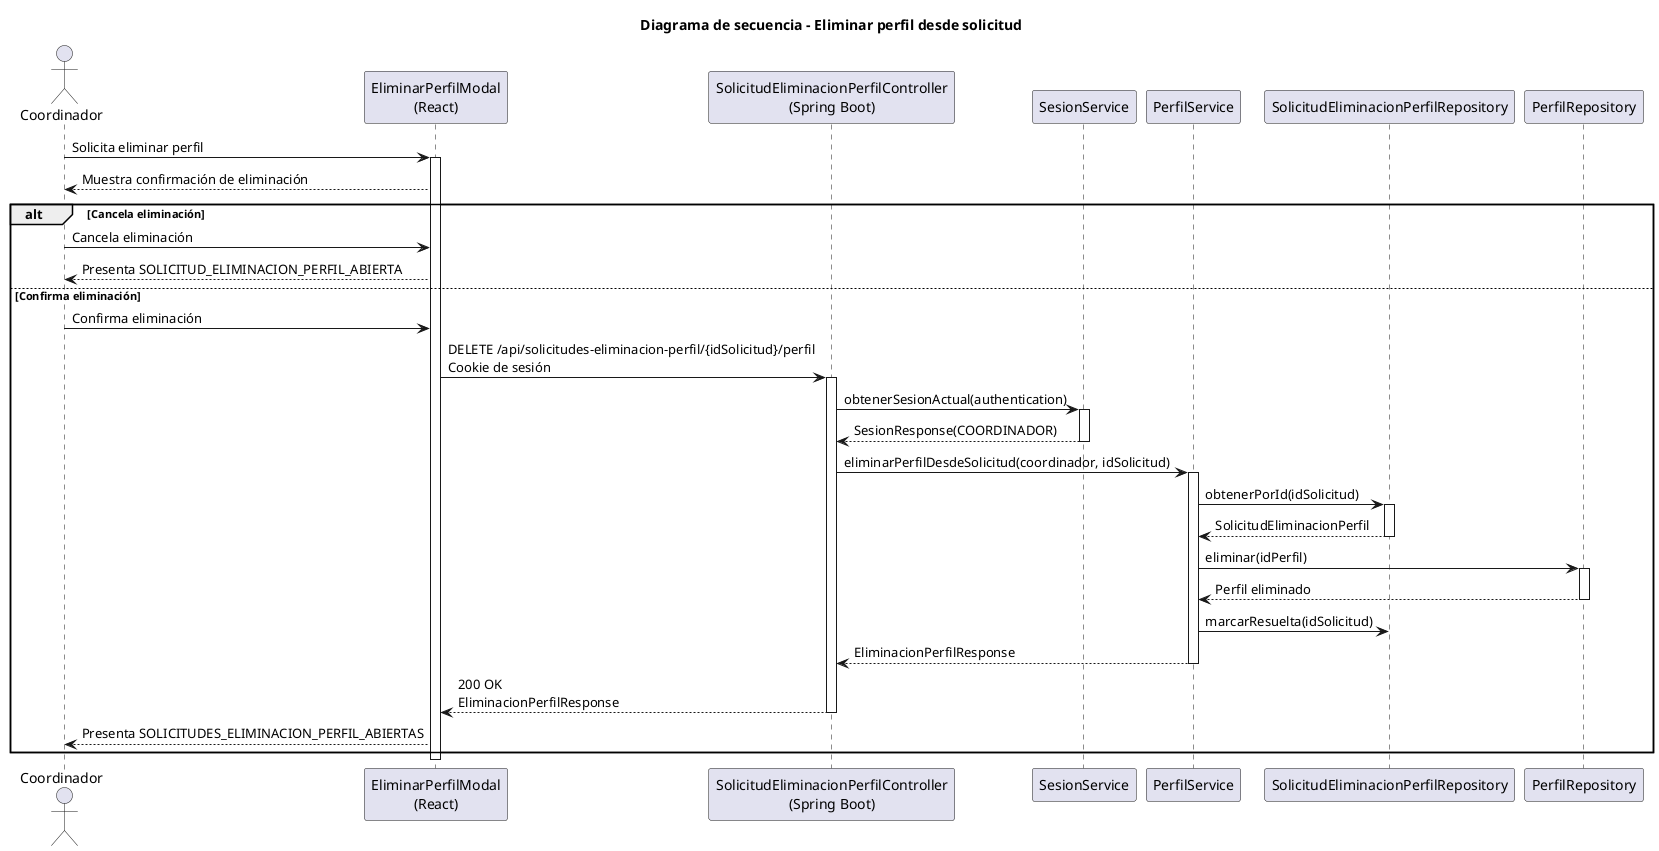
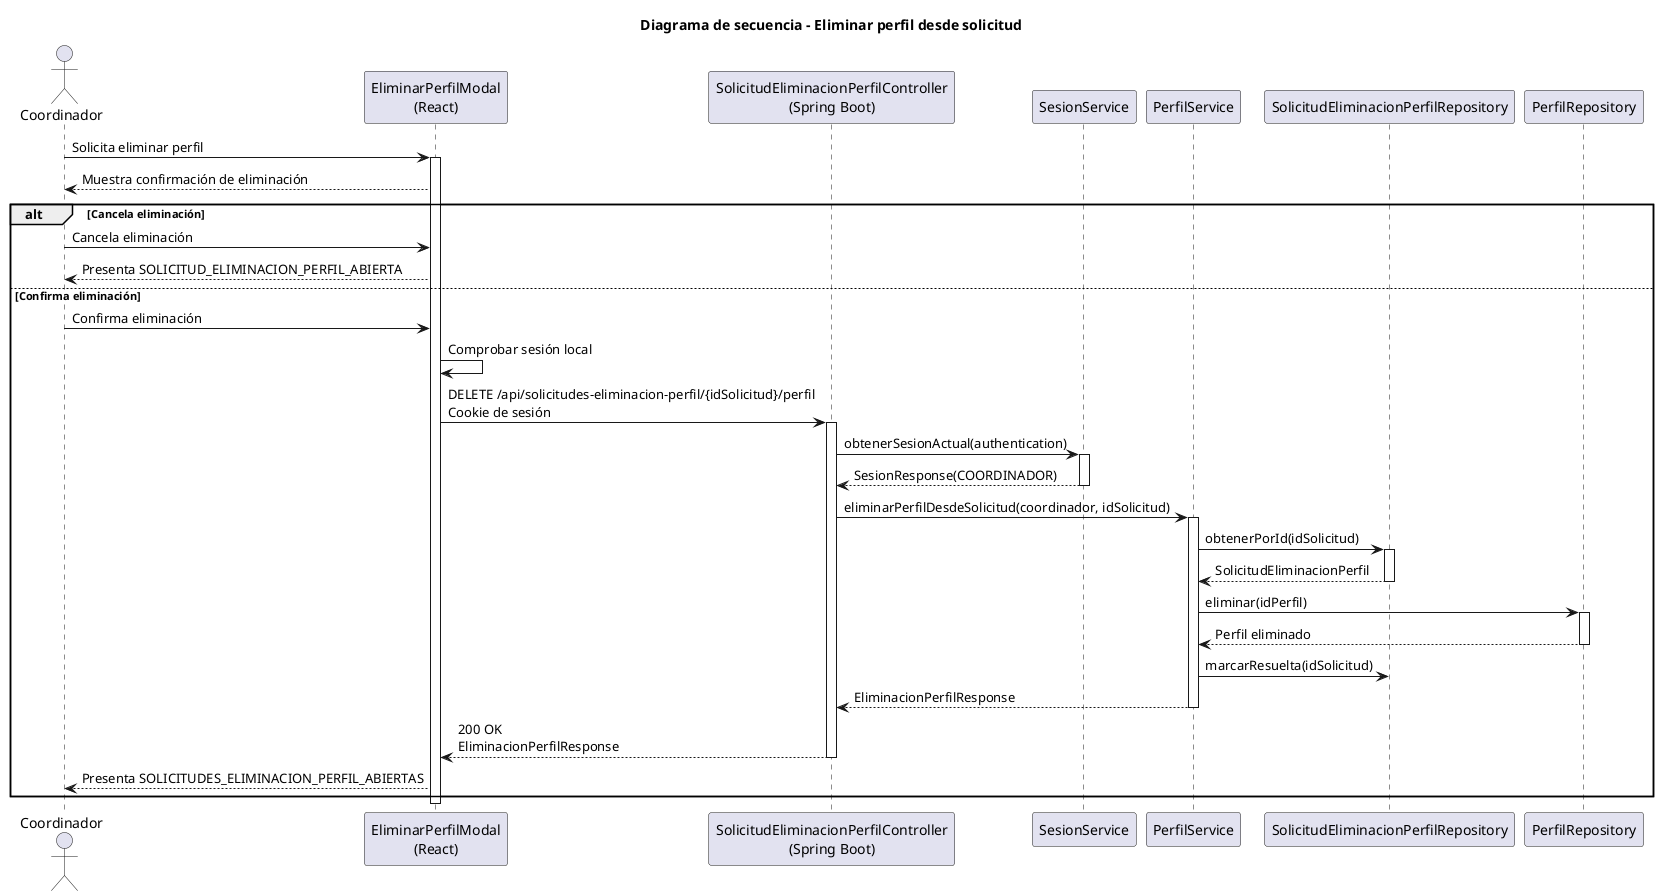
@startuml eliminarPerfil-coordinador-diseño
title Diagrama de secuencia - Eliminar perfil desde solicitud

actor Coordinador
participant "EliminarPerfilModal\n(React)" as Frontend
participant "SolicitudEliminacionPerfilController\n(Spring Boot)" as Api
participant "SesionService" as Sesion
participant "PerfilService" as PerfilService
participant "SolicitudEliminacionPerfilRepository" as SolicitudRepository
participant "PerfilRepository" as PerfilRepository

Coordinador -> Frontend: Solicita eliminar perfil
activate Frontend
Frontend --> Coordinador: Muestra confirmación de eliminación
alt Cancela eliminación
    Coordinador -> Frontend: Cancela eliminación
    Frontend --> Coordinador: Presenta SOLICITUD_ELIMINACION_PERFIL_ABIERTA
else Confirma eliminación
    Coordinador -> Frontend: Confirma eliminación
+     Frontend -> Frontend: Comprobar sesión local
    Frontend -> Api: DELETE /api/solicitudes-eliminacion-perfil/{idSolicitud}/perfil\nCookie de sesión
    activate Api
    Api -> Sesion: obtenerSesionActual(authentication)
    activate Sesion
    Sesion --> Api: SesionResponse(COORDINADOR)
    deactivate Sesion
    Api -> PerfilService: eliminarPerfilDesdeSolicitud(coordinador, idSolicitud)
    activate PerfilService
    PerfilService -> SolicitudRepository: obtenerPorId(idSolicitud)
    activate SolicitudRepository
    SolicitudRepository --> PerfilService: SolicitudEliminacionPerfil
    deactivate SolicitudRepository
    PerfilService -> PerfilRepository: eliminar(idPerfil)
    activate PerfilRepository
    PerfilRepository --> PerfilService: Perfil eliminado
    deactivate PerfilRepository
    PerfilService -> SolicitudRepository: marcarResuelta(idSolicitud)
    PerfilService --> Api: EliminacionPerfilResponse
    deactivate PerfilService
    Api --> Frontend: 200 OK\nEliminacionPerfilResponse
    deactivate Api
    Frontend --> Coordinador: Presenta SOLICITUDES_ELIMINACION_PERFIL_ABIERTAS
end
deactivate Frontend
@enduml
